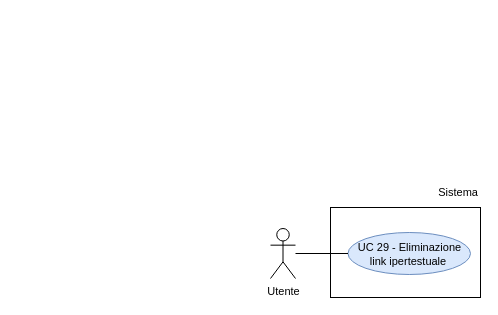
Earlier version of the draw.io diagram RTB/doc_esterna/analisi-dei-requisiti/assets/draw.io/UC29.drawio (thebitless-group-swe/thebitless.github.io). Source tidied: cells renumbered, new cells numbered last; positions are measured from the earlier drawing's top-left corner, leaving out a move shared by most shapes. Both pictures are drawn from the tidied source at 100%, with x=0, y=0 at pixel (270, 177).
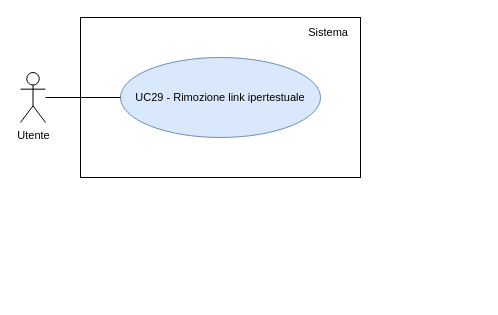
The same diagram, later.

Change to the diagram source:
```diff
@@
 <mxGraphModel>
   <root>
     <mxCell id="0" />
     <mxCell id="1" parent="0" />
     <mxCell id="2" value="Utente" style="shape=umlActor;verticalLabelPosition=bottom;verticalAlign=top;html=1;outlineConnect=0;fontSize=11;" parent="1" vertex="1">
-      <mxGeometry y="51" width="25" height="50" as="geometry" />
+      <mxGeometry x="-250" y="-105" width="25" height="50" as="geometry" />
     </mxCell>
-    <mxCell id="3" style="rounded=0;whiteSpace=wrap;html=1;strokeWidth=1;" parent="1" vertex="1">
-      <mxGeometry x="60" y="30" width="150" height="90" as="geometry" />
-    </mxCell>
+    <mxCell id="8" style="rounded=0;whiteSpace=wrap;html=1;strokeWidth=1;" parent="1" vertex="1">
+      <mxGeometry x="-190" y="-160" width="280" height="160" as="geometry" />
+    </mxCell>
     <mxCell id="4" value="Sistema" style="text;html=1;whiteSpace=wrap;strokeColor=none;fillColor=none;align=right;verticalAlign=middle;fontSize=11;" parent="1" vertex="1">
-      <mxGeometry x="150" width="60" height="30" as="geometry" />
+      <mxGeometry x="10" y="-155" width="70" height="20" as="geometry" />
     </mxCell>
-    <mxCell id="5" value="UC 29 - Eliminazione link ipertestuale&amp;nbsp;" style="ellipse;whiteSpace=wrap;html=1;fillColor=#dae8fc;strokeColor=#6c8ebf;fontSize=11;convertToSvg=1;svgWhiteSpace=wrap;labelBorderColor=none;labelBackgroundColor=none;spacingBottom=-2;" parent="1" vertex="1">
-      <mxGeometry x="77.5" y="55" width="122.5" height="42" as="geometry" />
-    </mxCell>
-    <mxCell id="6" style="edgeStyle=none;rounded=0;jettySize=auto;html=1;endArrow=none;endFill=0;" parent="1" edge="1" source="2" target="5">
-      <mxGeometry relative="1" as="geometry" />
-    </mxCell>
-    <mxCell id="7" style="edgeStyle=orthogonalEdgeStyle;rounded=0;orthogonalLoop=1;jettySize=auto;html=1;exitX=0.5;exitY=1;exitDx=0;exitDy=0;" parent="1" edge="1" source="4" target="4">
-      <mxGeometry relative="1" as="geometry" />
-    </mxCell>
+    <mxCell id="9" value="UC29 - Rimozione link ipertestuale" style="ellipse;whiteSpace=wrap;html=1;fillColor=#dae8fc;strokeColor=#6c8ebf;fontSize=11;" parent="1" vertex="1">
+      <mxGeometry x="-150" y="-120" width="200" height="80" as="geometry" />
+    </mxCell>
+    <mxCell id="10" style="edgeStyle=none;rounded=0;jettySize=auto;html=1;endArrow=none;endFill=0;" parent="1" edge="1" source="2" target="9">
+      <mxGeometry relative="1" as="geometry" />
+    </mxCell>
   </root>
 </mxGraphModel>
```
